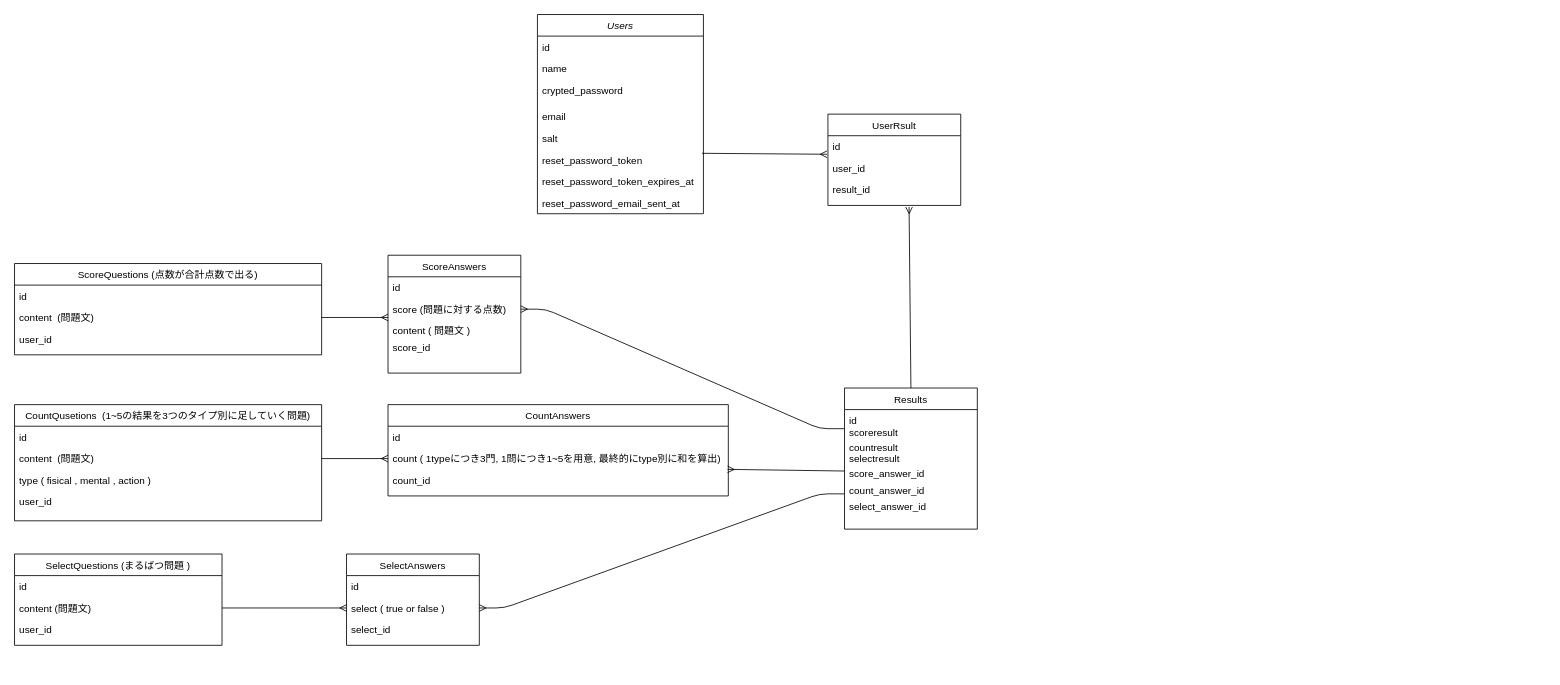
Above: Untitled Diagram.drawio in ko-suke1016/IKEMENTAL (draw.io), before the change. Source tidied: cells renumbered, new cells numbered last; positions are measured from the earlier drawing's top-left corner, leaving out a move shared by most shapes. Both pictures are drawn from the tidied source at 83%, with x=0, y=0 at pixel (14, 14).
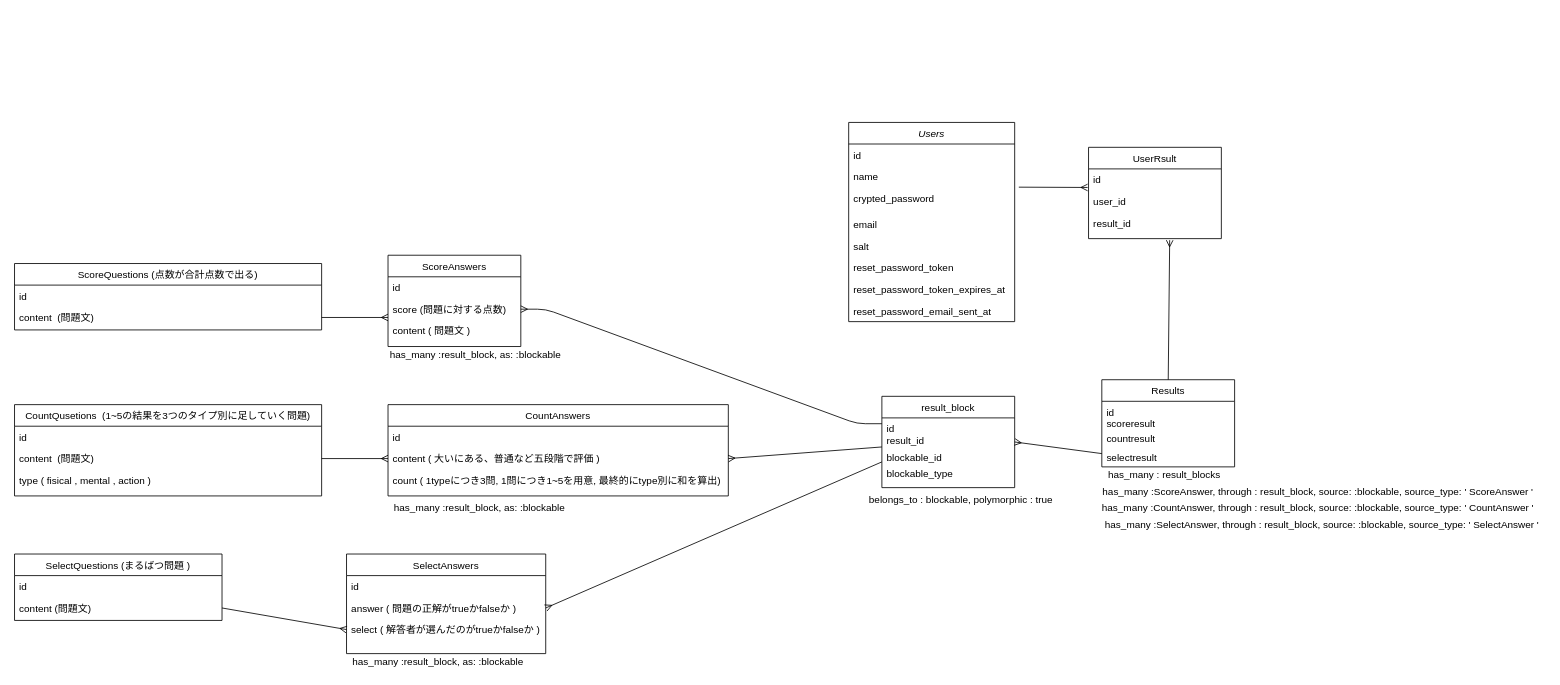
The same page after the edit.

The change refers to these unchanged cells:
```xml
<mxCell id="17" value="score (問題に対する点数)" style="text;align=left;verticalAlign=top;spacingLeft=4;spacingRight=4;overflow=hidden;points=[[0,0.5],[1,0.5]];portConstraint=eastwest;rounded=0;shadow=0;html=0;" parent="15" vertex="1">
  <mxGeometry y="52" width="160" height="26" as="geometry" />
</mxCell>
<mxCell id="30" value="CountAnswers" style="swimlane;fontStyle=0;align=center;verticalAlign=top;horizontal=1;startSize=26;rounded=0;shadow=0;strokeWidth=1;" parent="1" vertex="1">
  <mxGeometry x="450" y="470" width="410" height="110" as="geometry" />
</mxCell>
<mxCell id="43" value="scoreresult" style="text;align=left;verticalAlign=top;spacingLeft=4;spacingRight=4;overflow=hidden;points=[[0,0.5],[1,0.5]];portConstraint=eastwest;" parent="41" vertex="1">
  <mxGeometry y="40" width="160" height="18" as="geometry" />
</mxCell>
<mxCell id="54" value="user_id" style="text;align=left;verticalAlign=top;spacingLeft=4;spacingRight=4;overflow=hidden;points=[[0,0.5],[1,0.5]];portConstraint=eastwest;rounded=0;shadow=0;html=0;" parent="52" vertex="1">
  <mxGeometry y="52" width="160" height="26" as="geometry" />
</mxCell>
```

Change to the diagram source:
```diff
@@
     <mxCell id="2" value="Users" style="swimlane;fontStyle=2;align=center;verticalAlign=top;horizontal=1;startSize=26;rounded=0;shadow=0;strokeWidth=1;" parent="1" vertex="1">
-      <mxGeometry x="630" width="200" height="240" as="geometry" />
+      <mxGeometry x="1005" y="130" width="200" height="240" as="geometry" />
     </mxCell>
@@
     <mxCell id="11" value="ScoreQuestions (点数が合計点数で出る)" style="swimlane;fontStyle=0;align=center;verticalAlign=top;horizontal=1;startSize=26;rounded=0;shadow=0;strokeWidth=1;" parent="1" vertex="1">
-      <mxGeometry y="300" width="370" height="110" as="geometry" />
+      <mxGeometry y="300" width="370" height="80" as="geometry" />
     </mxCell>
@@
-    <mxCell id="14" value="user_id" style="text;align=left;verticalAlign=top;spacingLeft=4;spacingRight=4;overflow=hidden;rounded=0;shadow=0;html=0;" parent="11" vertex="1">
-      <mxGeometry y="78" width="370" height="26" as="geometry" />
-    </mxCell>
     <mxCell id="15" value="ScoreAnswers" style="swimlane;fontStyle=0;align=center;verticalAlign=top;horizontal=1;startSize=26;rounded=0;shadow=0;strokeWidth=1;" parent="1" vertex="1">
-      <mxGeometry x="450" y="290" width="160" height="142" as="geometry" />
+      <mxGeometry x="450" y="290" width="160" height="110" as="geometry" />
     </mxCell>
@@
-    <mxCell id="19" value="score_id" style="text;align=left;verticalAlign=top;spacingLeft=4;spacingRight=4;overflow=hidden;rounded=0;shadow=0;html=0;" parent="15" vertex="1">
-      <mxGeometry y="98" width="160" height="22" as="geometry" />
-    </mxCell>
@@
     <mxCell id="21" value="CountQusetions  (1~5の結果を3つのタイプ別に足していく問題)" style="swimlane;fontStyle=0;align=center;verticalAlign=top;horizontal=1;startSize=26;rounded=0;shadow=0;strokeWidth=1;" parent="1" vertex="1">
-      <mxGeometry y="470" width="370" height="140" as="geometry" />
+      <mxGeometry y="470" width="370" height="110" as="geometry" />
     </mxCell>
@@
-    <mxCell id="25" value="user_id" style="text;align=left;verticalAlign=top;spacingLeft=4;spacingRight=4;overflow=hidden;rounded=0;shadow=0;html=0;" parent="21" vertex="1">
-      <mxGeometry y="104" width="370" height="32" as="geometry" />
-    </mxCell>
     <mxCell id="26" value="SelectQuestions (まるばつ問題 )" style="swimlane;fontStyle=0;align=center;verticalAlign=top;horizontal=1;startSize=26;rounded=0;shadow=0;strokeWidth=1;" parent="1" vertex="1">
-      <mxGeometry y="650" width="250" height="110" as="geometry" />
+      <mxGeometry y="650" width="250" height="80" as="geometry" />
     </mxCell>
@@
-    <mxCell id="29" value="user_id" style="text;align=left;verticalAlign=top;spacingLeft=4;spacingRight=4;overflow=hidden;rounded=0;shadow=0;html=0;" parent="26" vertex="1">
-      <mxGeometry y="78" width="250" height="26" as="geometry" />
-    </mxCell>
@@
+    <mxCell id="58" value="content ( 大いにある、普通など五段階で評価 )" style="text;align=left;verticalAlign=top;spacingLeft=4;spacingRight=4;overflow=hidden;points=[[0,0.5],[1,0.5]];portConstraint=eastwest;" parent="30" vertex="1">
+      <mxGeometry y="52" width="410" height="26" as="geometry" />
+    </mxCell>
-    <mxCell id="32" value="count ( 1typeにつき3門, 1問につき1~5を用意, 最終的にtype別に和を算出)" style="text;align=left;verticalAlign=top;spacingLeft=4;spacingRight=4;overflow=hidden;rounded=0;shadow=0;html=0;" parent="30" vertex="1">
-      <mxGeometry y="52" width="410" height="26" as="geometry" />
+    <mxCell id="32" value="count ( 1typeにつき3問, 1問につき1~5を用意, 最終的にtype別に和を算出)" style="text;align=left;verticalAlign=top;spacingLeft=4;spacingRight=4;overflow=hidden;rounded=0;shadow=0;html=0;" parent="30" vertex="1">
+      <mxGeometry y="78" width="410" height="26" as="geometry" />
     </mxCell>
-    <mxCell id="33" value="count_id" style="text;align=left;verticalAlign=top;spacingLeft=4;spacingRight=4;overflow=hidden;rounded=0;shadow=0;html=0;" parent="30" vertex="1">
-      <mxGeometry y="78" width="410" height="26" as="geometry" />
-    </mxCell>
     <mxCell id="34" value="SelectAnswers" style="swimlane;fontStyle=0;align=center;verticalAlign=top;horizontal=1;startSize=26;rounded=0;shadow=0;strokeWidth=1;" parent="1" vertex="1">
-      <mxGeometry x="400" y="650" width="160" height="110" as="geometry" />
+      <mxGeometry x="400" y="650" width="240" height="120" as="geometry" />
     </mxCell>
     <mxCell id="35" value="id" style="text;align=left;verticalAlign=top;spacingLeft=4;spacingRight=4;overflow=hidden;" parent="34" vertex="1">
-      <mxGeometry y="26" width="160" height="26" as="geometry" />
+      <mxGeometry y="26" width="240" height="26" as="geometry" />
     </mxCell>
+    <mxCell id="59" value="answer ( 問題の正解がtrueかfalseか )" style="text;align=left;verticalAlign=top;spacingLeft=4;spacingRight=4;overflow=hidden;points=[[0,0.5],[1,0.5]];portConstraint=eastwest;" parent="34" vertex="1">
+      <mxGeometry y="52" width="240" height="26" as="geometry" />
+    </mxCell>
-    <mxCell id="36" value="select ( true or false )" style="text;align=left;verticalAlign=top;spacingLeft=4;spacingRight=4;overflow=hidden;points=[[0,0.5],[1,0.5]];portConstraint=eastwest;rounded=0;shadow=0;html=0;" parent="34" vertex="1">
-      <mxGeometry y="52" width="160" height="26" as="geometry" />
+    <mxCell id="36" value="select ( 解答者が選んだのがtrueかfalseか )" style="text;align=left;verticalAlign=top;spacingLeft=4;spacingRight=4;overflow=hidden;points=[[0,0.5],[1,0.5]];portConstraint=eastwest;rounded=0;shadow=0;html=0;" parent="34" vertex="1">
+      <mxGeometry y="78" width="240" height="26" as="geometry" />
     </mxCell>
-    <mxCell id="37" value="select_id" style="text;align=left;verticalAlign=top;spacingLeft=4;spacingRight=4;overflow=hidden;rounded=0;shadow=0;html=0;" parent="34" vertex="1">
-      <mxGeometry y="78" width="160" height="26" as="geometry" />
-    </mxCell>
-    <mxCell id="38" style="edgeStyle=entityRelationEdgeStyle;fontSize=12;html=1;endArrow=ERmany;entryX=0;entryY=0.5;entryDx=0;entryDy=0;" parent="1" edge="1" target="36">
+    <mxCell id="38" style="fontSize=12;html=1;endArrow=ERmany;entryX=0;entryY=0.5;entryDx=0;entryDy=0;" parent="1" edge="1" target="36">
       <mxGeometry relative="1" as="geometry">
         <mxPoint x="250" y="715" as="sourcePoint" />
       </mxGeometry>
     </mxCell>
@@
     <mxCell id="41" value="Results" style="swimlane;fontStyle=0;align=center;verticalAlign=top;horizontal=1;startSize=26;rounded=0;shadow=0;strokeWidth=1;" parent="1" vertex="1">
-      <mxGeometry x="1000" y="450" width="160" height="170" as="geometry" />
+      <mxGeometry x="1310" y="440" width="160" height="105" as="geometry" />
     </mxCell>
@@
     <mxCell id="44" value="countresult" style="text;align=left;verticalAlign=top;spacingLeft=4;spacingRight=4;overflow=hidden;rounded=0;shadow=0;html=0;" parent="41" vertex="1">
-      <mxGeometry y="58" width="160" height="14" as="geometry" />
+      <mxGeometry y="58" width="160" height="22" as="geometry" />
     </mxCell>
     <mxCell id="45" value="selectresult" style="text;align=left;verticalAlign=top;spacingLeft=4;spacingRight=4;overflow=hidden;points=[[0,0.5],[1,0.5]];portConstraint=eastwest;rounded=0;shadow=0;html=0;" parent="41" vertex="1">
-      <mxGeometry y="72" width="160" height="18" as="geometry" />
+      <mxGeometry y="80" width="160" height="18" as="geometry" />
     </mxCell>
-    <mxCell id="46" value="score_answer_id" style="text;align=left;verticalAlign=top;spacingLeft=4;spacingRight=4;overflow=hidden;points=[[0,0.5],[1,0.5]];portConstraint=eastwest;rounded=0;shadow=0;html=0;" parent="41" vertex="1">
-      <mxGeometry y="90" width="160" height="20" as="geometry" />
-    </mxCell>
-    <mxCell id="47" value="count_answer_id" style="text;align=left;verticalAlign=top;spacingLeft=4;spacingRight=4;overflow=hidden;rounded=0;shadow=0;html=0;" parent="41" vertex="1">
-      <mxGeometry y="110" width="160" height="20" as="geometry" />
-    </mxCell>
-    <mxCell id="48" value="select_answer_id" style="text;align=left;verticalAlign=top;spacingLeft=4;spacingRight=4;overflow=hidden;rounded=0;shadow=0;html=0;" parent="41" vertex="1">
-      <mxGeometry y="130" width="160" height="20" as="geometry" />
-    </mxCell>
-    <mxCell id="49" style="edgeStyle=entityRelationEdgeStyle;fontSize=12;html=1;endArrow=ERmany;exitX=0;exitY=0.5;exitDx=0;exitDy=0;entryX=1;entryY=0.5;entryDx=0;entryDy=0;" parent="1" edge="1" source="43" target="17">
-      <mxGeometry relative="1" as="geometry" />
-    </mxCell>
-    <mxCell id="50" style="fontSize=12;html=1;endArrow=ERmany;exitX=0;exitY=0.5;exitDx=0;exitDy=0;" parent="1" edge="1" source="46">
-      <mxGeometry relative="1" as="geometry">
-        <mxPoint x="859" y="548" as="targetPoint" />
-      </mxGeometry>
-    </mxCell>
-    <mxCell id="51" style="edgeStyle=entityRelationEdgeStyle;fontSize=12;html=1;endArrow=ERmany;exitX=0;exitY=0.75;exitDx=0;exitDy=0;entryX=1;entryY=0.5;entryDx=0;entryDy=0;" parent="1" edge="1" source="41" target="36">
-      <mxGeometry relative="1" as="geometry" />
-    </mxCell>
     <mxCell id="52" value="UserRsult" style="swimlane;fontStyle=0;align=center;verticalAlign=top;horizontal=1;startSize=26;rounded=0;shadow=0;strokeWidth=1;" parent="1" vertex="1">
-      <mxGeometry x="980" y="120" width="160" height="110" as="geometry" />
+      <mxGeometry x="1294" y="160" width="160" height="110" as="geometry" />
     </mxCell>
@@
-    <mxCell id="57" style="fontSize=12;html=1;endArrow=ERmany;entryX=-0.007;entryY=-0.14;entryDx=0;entryDy=0;entryPerimeter=0;exitX=0.992;exitY=0.199;exitDx=0;exitDy=0;exitPerimeter=0;" parent="1" edge="1" target="54">
+    <mxCell id="57" style="fontSize=12;html=1;endArrow=ERmany;entryX=-0.007;entryY=-0.14;entryDx=0;entryDy=0;entryPerimeter=0;" parent="1" edge="1" target="54">
       <mxGeometry relative="1" as="geometry">
-        <mxPoint x="828.4" y="167.2" as="sourcePoint" />
+        <mxPoint x="1210" y="208" as="sourcePoint" />
       </mxGeometry>
     </mxCell>
+    <mxCell id="60" value="has_many : result_blocks" style="text;html=1;align=center;verticalAlign=middle;strokeColor=none;" parent="1" vertex="1">
+      <mxGeometry x="1310" y="545" width="150" height="20" as="geometry" />
+    </mxCell>
+    <mxCell id="61" value="result_block" style="swimlane;fontStyle=0;align=center;verticalAlign=top;horizontal=1;startSize=26;rounded=0;shadow=0;strokeWidth=1;" parent="1" vertex="1">
+      <mxGeometry x="1045" y="460" width="160" height="110" as="geometry" />
+    </mxCell>
+    <mxCell id="62" value="id" style="text;align=left;verticalAlign=top;spacingLeft=4;spacingRight=4;overflow=hidden;points=[[0,0.5],[1,0.5]];portConstraint=eastwest;" parent="61" vertex="1">
+      <mxGeometry y="26" width="160" height="14" as="geometry" />
+    </mxCell>
+    <mxCell id="63" value="result_id" style="text;align=left;verticalAlign=top;spacingLeft=4;spacingRight=4;overflow=hidden;" parent="61" vertex="1">
+      <mxGeometry y="40" width="160" height="20" as="geometry" />
+    </mxCell>
+    <mxCell id="64" value="blockable_id" style="text;align=left;verticalAlign=top;spacingLeft=4;spacingRight=4;overflow=hidden;" parent="61" vertex="1">
+      <mxGeometry y="60" width="160" height="20" as="geometry" />
+    </mxCell>
+    <mxCell id="65" value="blockable_type" style="text;align=left;verticalAlign=top;spacingLeft=4;spacingRight=4;overflow=hidden;" parent="61" vertex="1">
+      <mxGeometry y="80" width="160" height="22" as="geometry" />
+    </mxCell>
+    <mxCell id="66" style="fontSize=12;html=1;endArrow=ERmany;entryX=1;entryY=0.5;entryDx=0;entryDy=0;exitX=0;exitY=0.5;exitDx=0;exitDy=0;" parent="1" edge="1" source="45" target="61">
+      <mxGeometry relative="1" as="geometry" />
+    </mxCell>
+    <mxCell id="67" value="has_many :result_block, as: :blockable" style="text;html=1;align=center;verticalAlign=middle;strokeColor=none;" parent="1" vertex="1">
+      <mxGeometry x="445" y="400" width="220" height="20" as="geometry" />
+    </mxCell>
+    <mxCell id="68" value="belongs_to : blockable, polymorphic : true" style="text;html=1;align=center;verticalAlign=middle;strokeColor=none;" parent="1" vertex="1">
+      <mxGeometry x="1060" y="575" width="160" height="20" as="geometry" />
+    </mxCell>
+    <mxCell id="69" value="has_many :ScoreAnswer, through : result_block, source: :blockable, source_type: ' ScoreAnswer '" style="text;html=1;align=center;verticalAlign=middle;strokeColor=none;" parent="1" vertex="1">
+      <mxGeometry x="1305" y="565" width="530" height="20" as="geometry" />
+    </mxCell>
+    <mxCell id="70" value="has_many :CountAnswer, through : result_block, source: :blockable, source_type: ' CountAnswer '" style="text;html=1;align=center;verticalAlign=middle;strokeColor=none;" parent="1" vertex="1">
+      <mxGeometry x="1300" y="585" width="540" height="20" as="geometry" />
+    </mxCell>
+    <mxCell id="71" value="has_many :SelectAnswer, through : result_block, source: :blockable, source_type: ' SelectAnswer '" style="text;html=1;align=center;verticalAlign=middle;strokeColor=none;" parent="1" vertex="1">
+      <mxGeometry x="1305" y="605" width="540" height="20" as="geometry" />
+    </mxCell>
+    <mxCell id="72" style="edgeStyle=entityRelationEdgeStyle;fontSize=12;html=1;endArrow=ERmany;entryX=1;entryY=0.5;entryDx=0;entryDy=0;exitX=0;exitY=0.5;exitDx=0;exitDy=0;" parent="1" edge="1" source="62" target="17">
+      <mxGeometry relative="1" as="geometry" />
+    </mxCell>
+    <mxCell id="73" style="fontSize=12;html=1;endArrow=ERmany;entryX=1;entryY=0.5;entryDx=0;entryDy=0;exitX=0;exitY=0.5;exitDx=0;exitDy=0;" parent="1" edge="1" target="58">
+      <mxGeometry relative="1" as="geometry">
+        <mxPoint x="1045" y="521" as="sourcePoint" />
+      </mxGeometry>
+    </mxCell>
+    <mxCell id="74" style="fontSize=12;html=1;endArrow=ERmany;exitX=0;exitY=0.5;exitDx=0;exitDy=0;entryX=1;entryY=0.5;entryDx=0;entryDy=0;" parent="1" edge="1" target="59">
+      <mxGeometry relative="1" as="geometry">
+        <mxPoint x="1045" y="539" as="sourcePoint" />
+      </mxGeometry>
+    </mxCell>
+    <mxCell id="75" value="has_many :result_block, as: :blockable" style="text;html=1;align=center;verticalAlign=middle;strokeColor=none;" parent="1" vertex="1">
+      <mxGeometry x="450" y="585" width="220" height="20" as="geometry" />
+    </mxCell>
+    <mxCell id="76" value="has_many :result_block, as: :blockable" style="text;html=1;align=center;verticalAlign=middle;strokeColor=none;" parent="1" vertex="1">
+      <mxGeometry x="400" y="770" width="220" height="20" as="geometry" />
+    </mxCell>
```
